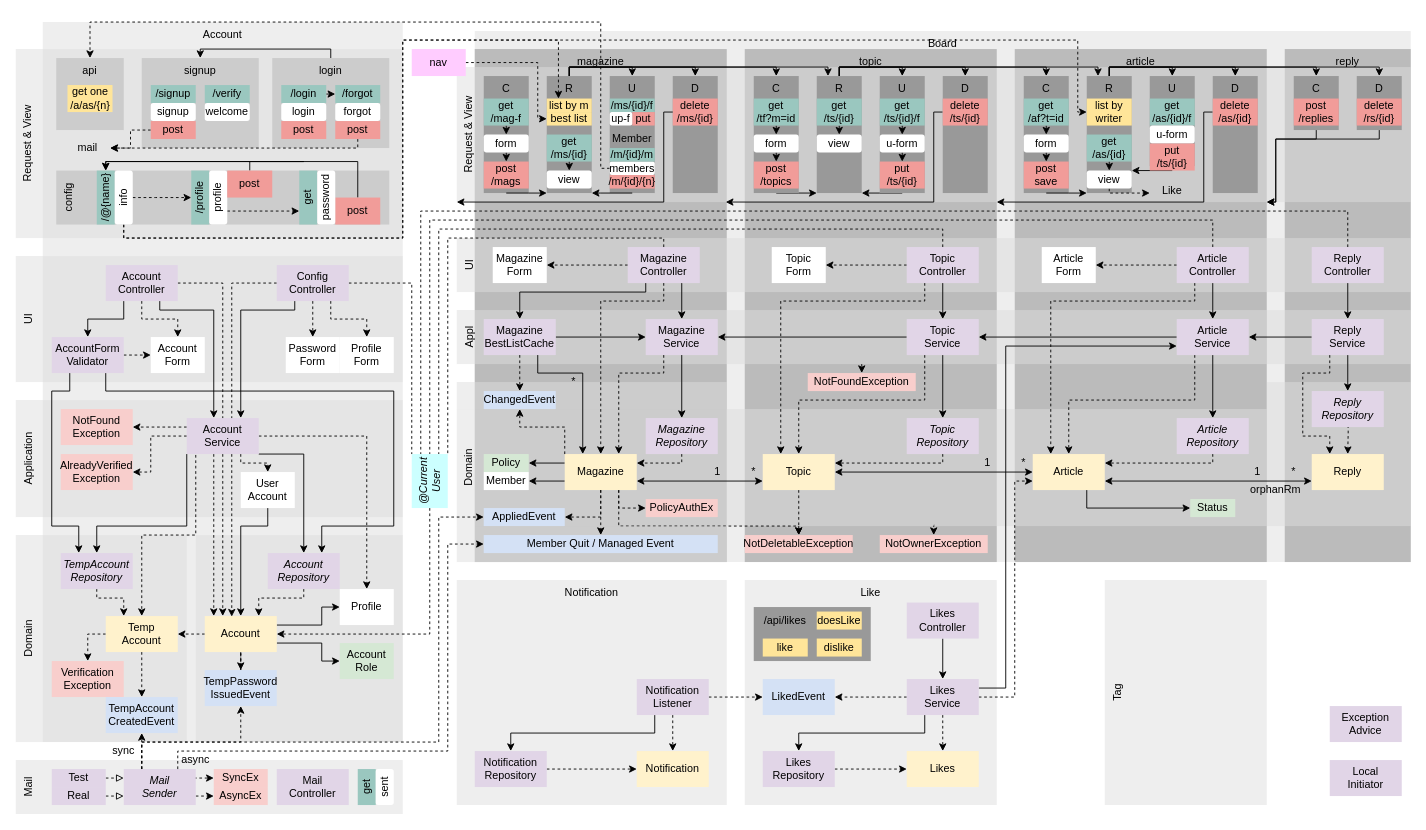
This is diagram.drawio from suloginscene/dinner, a draw.io file, before an edit. Source tidied: cells renumbered, new cells numbered last; positions are measured from the earlier drawing's top-left corner, leaving out a move shared by most shapes. Both pictures are drawn from the tidied source at 90%, with x=0, y=0 at pixel (15, 22).
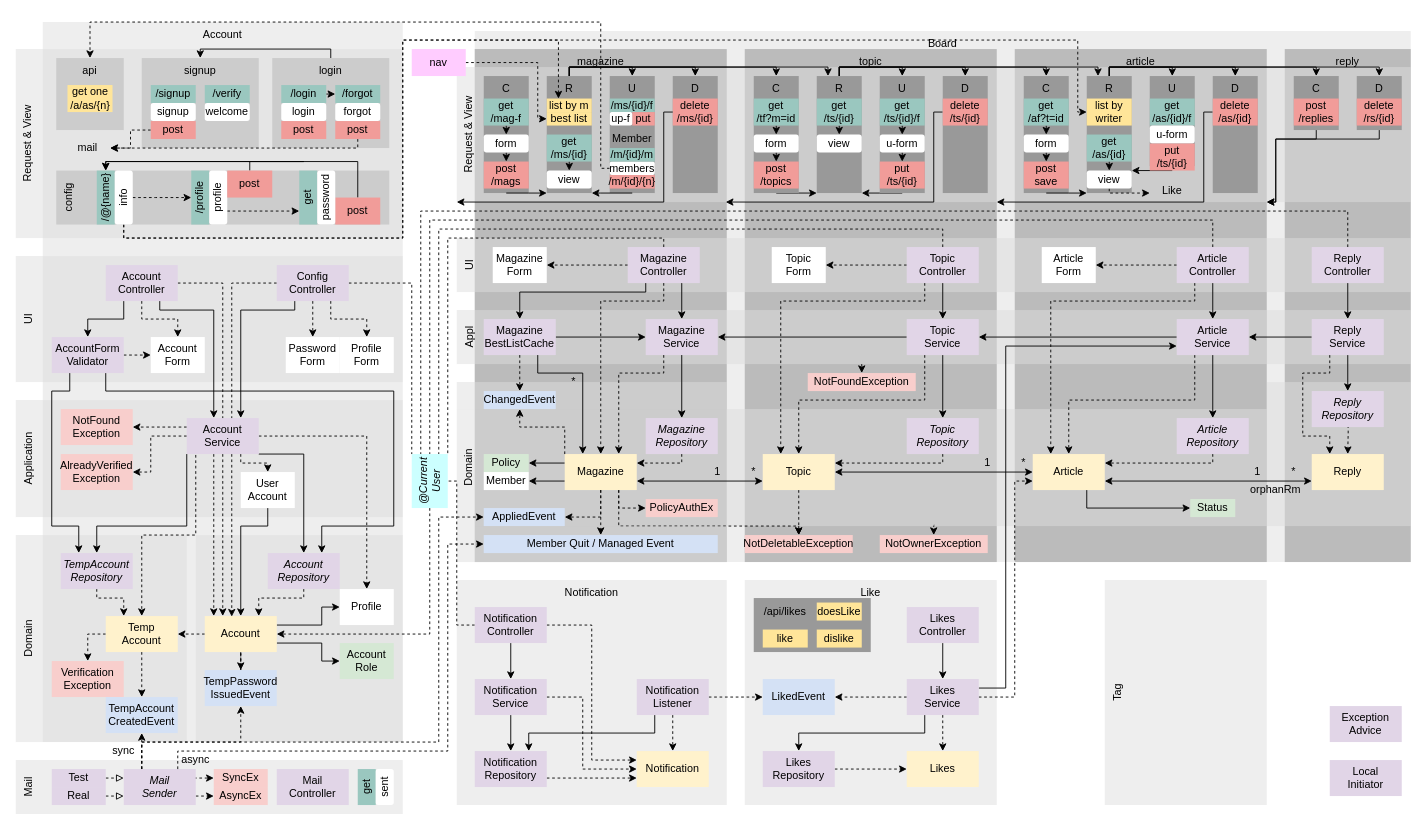
After the change.

The change refers to these unchanged cells:
```xml
<mxCell id="238" value="@Current&lt;br&gt;User" style="rounded=0;whiteSpace=wrap;html=1;fontStyle=2;horizontal=0;strokeColor=none;fillColor=#CCFFFF;" parent="1" vertex="1">
  <mxGeometry x="440" y="480" width="40" height="60" as="geometry" />
</mxCell>
<mxCell id="326" value="Notification&lt;br&gt;Listener" style="rounded=0;whiteSpace=wrap;html=1;strokeColor=none;fillColor=#E1D5E7;" parent="1" vertex="1">
  <mxGeometry x="690" y="730" width="80" height="40" as="geometry" />
</mxCell>
<mxCell id="327" value="Notification" style="rounded=0;whiteSpace=wrap;html=1;strokeColor=none;fillColor=#FFF2CC;" parent="1" vertex="1">
  <mxGeometry x="690" y="810" width="80" height="40" as="geometry" />
</mxCell>
<mxCell id="331" value="Notification&lt;br&gt;Repository" style="rounded=0;whiteSpace=wrap;html=1;strokeColor=none;fillColor=#E1D5E7;" parent="1" vertex="1">
  <mxGeometry x="510" y="810" width="80" height="40" as="geometry" />
</mxCell>
```

What changed in the source:
```diff
@@
     <mxCell id="308" value="Likes&lt;br&gt;Controller" style="rounded=0;whiteSpace=wrap;html=1;strokeColor=none;fillColor=#E1D5E7;" parent="1" vertex="1">
-      <mxGeometry x="990" y="645" width="80" height="40" as="geometry" />
+      <mxGeometry x="990" y="650" width="80" height="40" as="geometry" />
     </mxCell>
@@
     <mxCell id="317" style="rounded=0;whiteSpace=wrap;html=1;verticalAlign=top;strokeColor=none;fillColor=#999999;align=left;" parent="1" vertex="1">
-      <mxGeometry x="820" y="650" width="130" height="60" as="geometry" />
+      <mxGeometry x="820" y="640" width="130" height="60" as="geometry" />
     </mxCell>
     <mxCell id="318" value="doesLike" style="rounded=0;whiteSpace=wrap;html=1;fontStyle=0;strokeColor=none;fillColor=#FFE599;" parent="1" vertex="1">
-      <mxGeometry x="890" y="655" width="50" height="20" as="geometry" />
+      <mxGeometry x="890" y="645" width="50" height="20" as="geometry" />
     </mxCell>
     <mxCell id="319" value="like" style="rounded=0;whiteSpace=wrap;html=1;fontStyle=0;strokeColor=none;fillColor=#FFE599;" parent="1" vertex="1">
-      <mxGeometry x="830" y="685" width="50" height="20" as="geometry" />
+      <mxGeometry x="830" y="675" width="50" height="20" as="geometry" />
     </mxCell>
@@
-    <mxCell id="325" style="edgeStyle=orthogonalEdgeStyle;rounded=0;jettySize=auto;html=1;exitX=0.25;exitY=1;exitDx=0;exitDy=0;" parent="1" edge="1" source="326" target="331">
+    <mxCell id="325" style="edgeStyle=orthogonalEdgeStyle;rounded=0;jettySize=auto;html=1;exitX=0.25;exitY=1;exitDx=0;exitDy=0;entryX=0.75;entryY=0;entryDx=0;entryDy=0;" parent="1" edge="1" source="326" target="331">
       <mxGeometry relative="1" as="geometry" />
     </mxCell>
@@
     <mxCell id="328" value="dislike" style="rounded=0;whiteSpace=wrap;html=1;fontStyle=0;strokeColor=none;fillColor=#FFE599;" parent="1" vertex="1">
-      <mxGeometry x="890" y="685" width="50" height="20" as="geometry" />
+      <mxGeometry x="890" y="675" width="50" height="20" as="geometry" />
     </mxCell>
     <mxCell id="329" value="/api/likes" style="rounded=0;whiteSpace=wrap;html=1;fontStyle=0;strokeColor=none;fillColor=none;" parent="1" vertex="1">
-      <mxGeometry x="830" y="655" width="50" height="20" as="geometry" />
+      <mxGeometry x="830" y="645" width="50" height="20" as="geometry" />
     </mxCell>
-    <mxCell id="330" style="edgeStyle=orthogonalEdgeStyle;rounded=0;jettySize=auto;html=1;exitX=1;exitY=0.5;exitDx=0;exitDy=0;entryX=0;entryY=0.5;entryDx=0;entryDy=0;dashed=1;" parent="1" edge="1" source="331" target="327">
+    <mxCell id="330" style="edgeStyle=orthogonalEdgeStyle;rounded=0;jettySize=auto;html=1;exitX=1;exitY=0.75;exitDx=0;exitDy=0;entryX=0;entryY=0.75;entryDx=0;entryDy=0;dashed=1;" parent="1" edge="1" source="331" target="327">
       <mxGeometry relative="1" as="geometry" />
     </mxCell>
@@
+    <mxCell id="332" style="edgeStyle=orthogonalEdgeStyle;rounded=0;jettySize=auto;html=1;exitX=0;exitY=0.5;exitDx=0;exitDy=0;entryX=1;entryY=0.5;entryDx=0;entryDy=0;endArrow=none;endFill=0;dashed=1;" parent="1" edge="1" source="335" target="238">
+      <mxGeometry relative="1" as="geometry">
+        <Array as="points">
+          <mxPoint x="490" y="670" />
+          <mxPoint x="490" y="510" />
+        </Array>
+      </mxGeometry>
+    </mxCell>
+    <mxCell id="333" style="edgeStyle=orthogonalEdgeStyle;rounded=0;jettySize=auto;html=1;exitX=0.5;exitY=1;exitDx=0;exitDy=0;endArrow=classic;endFill=1;" parent="1" edge="1" source="335" target="338">
+      <mxGeometry relative="1" as="geometry" />
+    </mxCell>
+    <mxCell id="334" style="edgeStyle=orthogonalEdgeStyle;rounded=0;jettySize=auto;html=1;exitX=1;exitY=0.5;exitDx=0;exitDy=0;entryX=0;entryY=0.25;entryDx=0;entryDy=0;endArrow=classic;endFill=1;dashed=1;" parent="1" edge="1" source="335" target="327">
+      <mxGeometry relative="1" as="geometry">
+        <Array as="points">
+          <mxPoint x="640" y="670" />
+          <mxPoint x="640" y="820" />
+        </Array>
+      </mxGeometry>
+    </mxCell>
+    <mxCell id="335" value="Notification&lt;br&gt;Controller" style="rounded=0;whiteSpace=wrap;html=1;strokeColor=none;fillColor=#E1D5E7;" parent="1" vertex="1">
+      <mxGeometry x="510" y="650" width="80" height="40" as="geometry" />
+    </mxCell>
+    <mxCell id="336" style="edgeStyle=orthogonalEdgeStyle;rounded=0;jettySize=auto;html=1;exitX=0.5;exitY=1;exitDx=0;exitDy=0;entryX=0.5;entryY=0;entryDx=0;entryDy=0;endArrow=classic;endFill=1;" parent="1" edge="1" source="338" target="331">
+      <mxGeometry relative="1" as="geometry" />
+    </mxCell>
+    <mxCell id="337" style="edgeStyle=orthogonalEdgeStyle;rounded=0;jettySize=auto;html=1;exitX=1;exitY=0.5;exitDx=0;exitDy=0;dashed=1;endArrow=classic;endFill=1;" parent="1" edge="1" source="338">
+      <mxGeometry relative="1" as="geometry">
+        <mxPoint x="690" y="830" as="targetPoint" />
+        <Array as="points">
+          <mxPoint x="630" y="750" />
+          <mxPoint x="630" y="830" />
+        </Array>
+      </mxGeometry>
+    </mxCell>
+    <mxCell id="338" value="Notification&lt;br&gt;Service" style="rounded=0;whiteSpace=wrap;html=1;strokeColor=none;fillColor=#E1D5E7;" parent="1" vertex="1">
+      <mxGeometry x="510" y="730" width="80" height="40" as="geometry" />
+    </mxCell>
```
